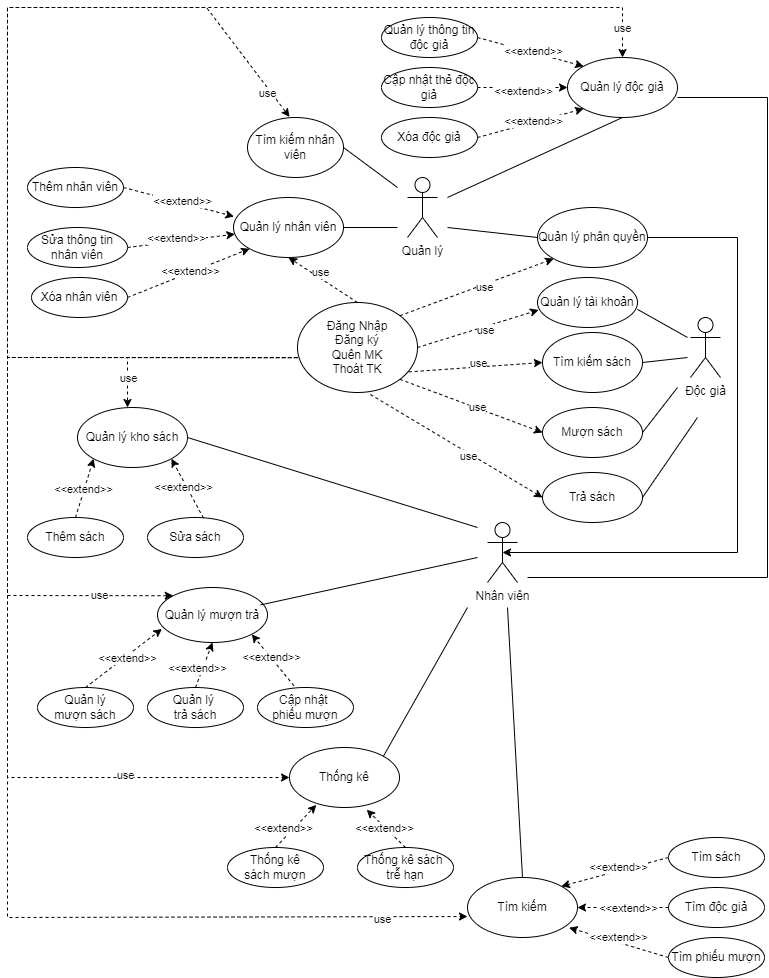
Earlier version of the draw.io export mySQL/thuvien.drawio.png (phu209/phu209.github.io). Source tidied: cells renumbered, new cells last; positions are measured from the earlier drawing's top-left corner, leaving out a move shared by most shapes.
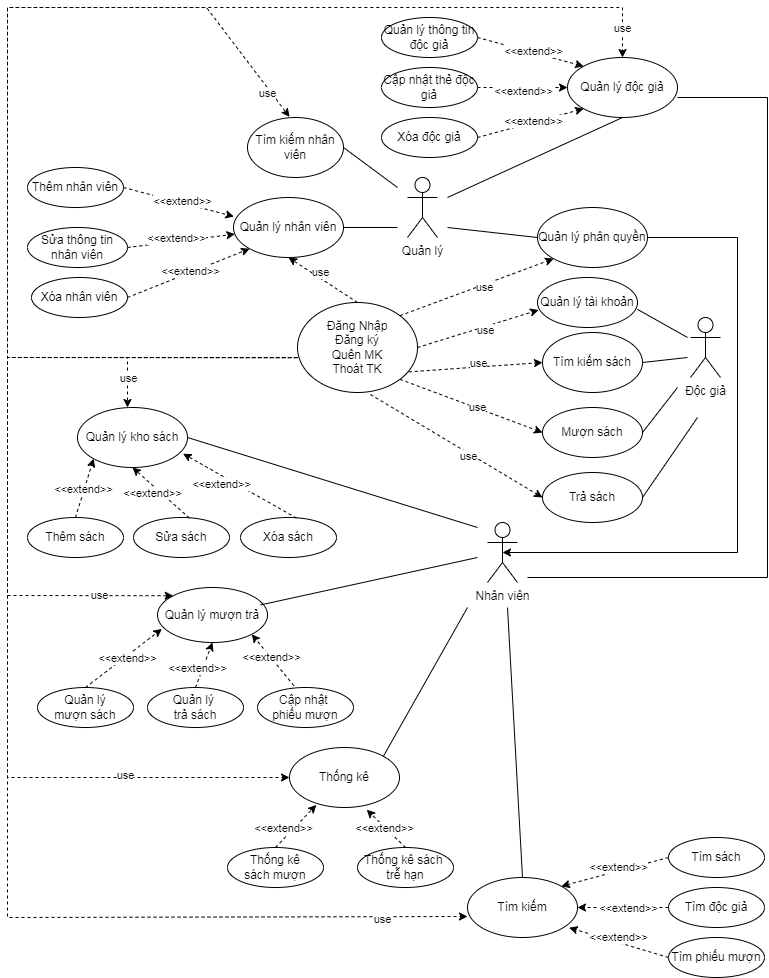
Later version of the same file.

The edit, as a diff of the source:
```diff
@@ -37,7 +37,7 @@
       <mxGeometry x="20" y="510" width="96" height="40" as="geometry" />
     </mxCell>
     <mxCell id="12" value="Sửa sách" style="ellipse;whiteSpace=wrap;html=1;" parent="1" vertex="1">
-      <mxGeometry x="140" y="510" width="96" height="40" as="geometry" />
+      <mxGeometry x="126" y="510" width="96" height="40" as="geometry" />
     </mxCell>
     <mxCell id="13" value="Quản lý&lt;br&gt;mượn sách" style="ellipse;whiteSpace=wrap;html=1;" parent="1" vertex="1">
       <mxGeometry x="30" y="680" width="96" height="40" as="geometry" />
@@ -92,7 +92,7 @@
         <mxPoint x="-6" y="11" as="offset" />
       </mxGeometry>
     </mxCell>
-    <mxCell id="28" style="endArrow=classic;html=1;rounded=0;dashed=1;exitX=0.583;exitY=0.015;exitDx=0;exitDy=0;entryX=1;entryY=1;entryDx=0;entryDy=0;exitPerimeter=0;" parent="1" edge="1" source="12" target="8">
+    <mxCell id="28" style="endArrow=classic;html=1;rounded=0;dashed=1;exitX=0.583;exitY=0.015;exitDx=0;exitDy=0;entryX=0.5;entryY=1;entryDx=0;entryDy=0;exitPerimeter=0;" parent="1" edge="1" source="12" target="8">
       <mxGeometry relative="1" as="geometry" />
     </mxCell>
     <mxCell id="29" value="&amp;lt;&amp;lt;extend&amp;gt;&amp;gt;" style="edgeLabel;html=1;align=center;verticalAlign=middle;" parent="28" vertex="1">
@@ -440,5 +440,16 @@
         <mxPoint x="440" y="190" as="targetPoint" />
       </mxGeometry>
     </mxCell>
+    <mxCell id="104" value="Xóa sách" style="ellipse;whiteSpace=wrap;html=1;" parent="1" vertex="1">
+      <mxGeometry x="233" y="510" width="96" height="40" as="geometry" />
+    </mxCell>
+    <mxCell id="105" style="endArrow=classic;html=1;rounded=0;dashed=1;exitX=0.583;exitY=0.015;exitDx=0;exitDy=0;entryX=0.96;entryY=0.77;entryDx=0;entryDy=0;exitPerimeter=0;entryPerimeter=0;" parent="1" edge="1" source="104" target="8">
+      <mxGeometry relative="1" as="geometry" />
+    </mxCell>
+    <mxCell id="106" value="&amp;lt;&amp;lt;extend&amp;gt;&amp;gt;" style="edgeLabel;html=1;align=center;verticalAlign=middle;" parent="105" vertex="1">
+      <mxGeometry x="0.35" y="-1" relative="1" as="geometry">
+        <mxPoint x="1" y="10" as="offset" />
+      </mxGeometry>
+    </mxCell>
   </root>
 </mxGraphModel>
```
